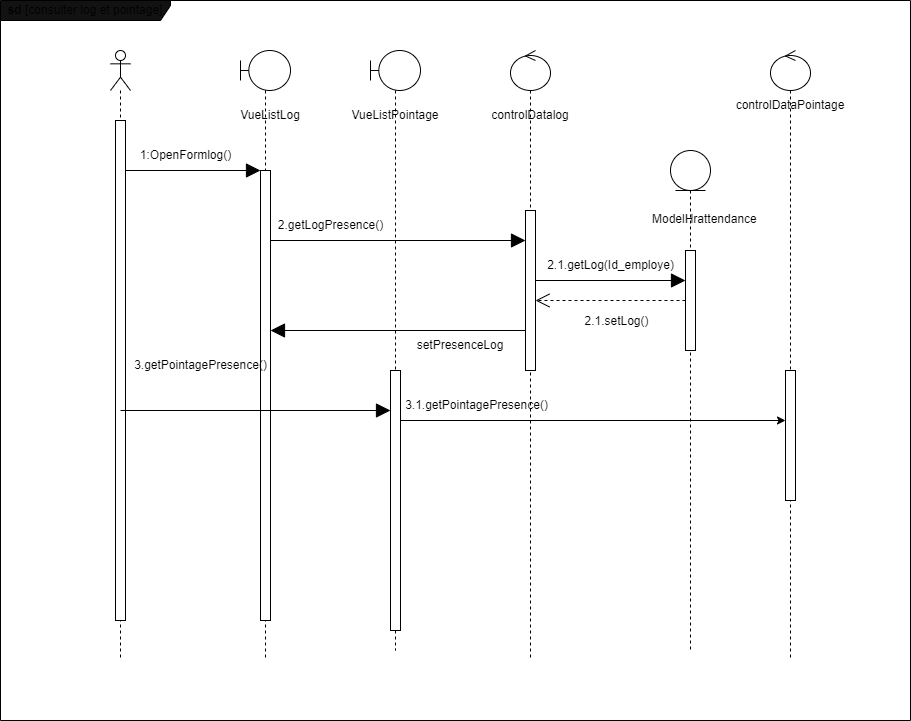
The draw.io diagram static/Diagramme des séquences conceptuel  log et pointage .drawio.png in Siluearsene/borne_biometrique, before a commit. Source tidied: cells renumbered, new cells last; positions are measured from the earlier drawing's top-left corner, leaving out a move shared by most shapes.
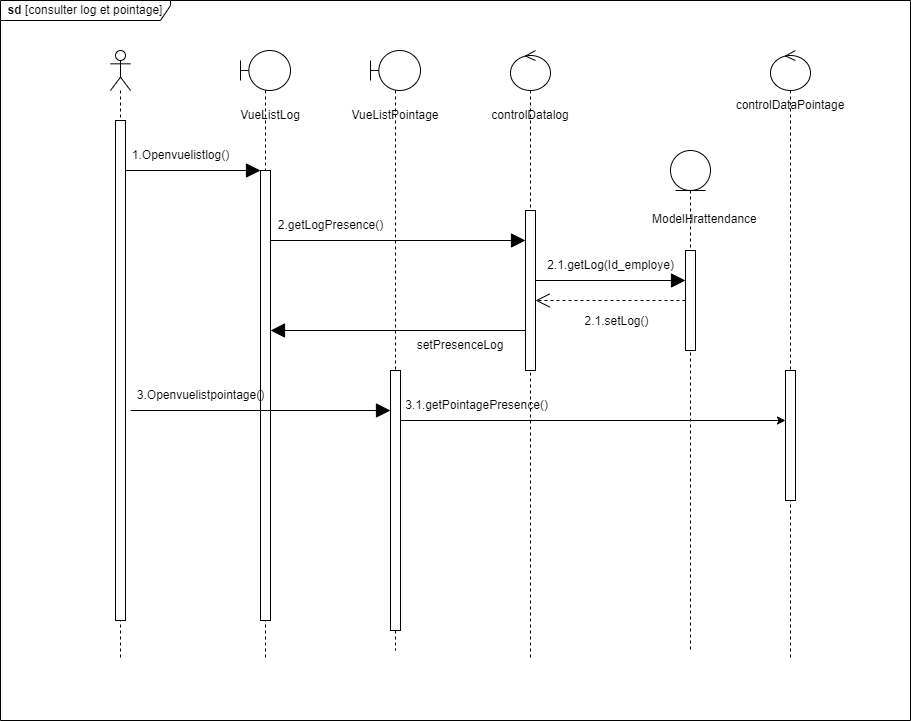
The same file after the commit.

Commit message:
Mettre à jour Diagramme des séquences conceptuel  log et pointage .drawio.png

Diff of the diagram source:
```diff
@@ -28,10 +28,7 @@
         <mxPoint x="260" y="170" as="targetPoint" />
       </mxGeometry>
     </mxCell>
-    <mxCell id="10" value="1:OpenFormlog()" style="text;html=1;align=center;verticalAlign=middle;strokeColor=none;fillColor=none;" parent="1" vertex="1">
-      <mxGeometry x="130" y="140" width="110" height="30" as="geometry" />
-    </mxCell>
-    <mxCell id="11" value="&lt;b&gt;sd&lt;/b&gt; [consulter log et pointage]" style="shape=umlFrame;whiteSpace=wrap;html=1;width=170;height=20;fillColor=#121212;" parent="1" vertex="1">
+    <mxCell id="11" value="&lt;b&gt;sd&lt;/b&gt; [consulter log et pointage]" style="shape=umlFrame;whiteSpace=wrap;html=1;width=170;height=20;fillColor=#ffffff;" parent="1" vertex="1">
       <mxGeometry width="910" height="720" as="geometry" />
     </mxCell>
     <mxCell id="12" value="VueListLog" style="text;html=1;strokeColor=none;fillColor=none;align=center;verticalAlign=middle;whiteSpace=wrap;rounded=0;" parent="1" vertex="1">
@@ -95,8 +92,8 @@
     <mxCell id="28" value="&lt;div style=&quot;text-align: center;&quot;&gt;&lt;span style=&quot;background-color: initial;&quot;&gt;ModelHrattendance&lt;/span&gt;&lt;/div&gt;" style="text;whiteSpace=wrap;html=1;" parent="1" vertex="1">
       <mxGeometry x="650" y="205" width="100" height="25" as="geometry" />
     </mxCell>
-    <mxCell id="29" value="3.getPointagePresence()" style="text;html=1;align=center;verticalAlign=middle;strokeColor=none;fillColor=none;" parent="1" vertex="1">
-      <mxGeometry x="120" y="350" width="160" height="30" as="geometry" />
+    <mxCell id="29" value="3.Openvuelistpointage()" style="text;html=1;align=center;verticalAlign=middle;strokeColor=none;fillColor=none;" parent="1" vertex="1">
+      <mxGeometry x="125" y="380" width="150" height="30" as="geometry" />
     </mxCell>
     <mxCell id="30" style="html=1;points=[];perimeter=orthogonalPerimeter;outlineConnect=0;targetShapes=umlLifeline;portConstraint=eastwest;newEdgeStyle={&quot;edgeStyle&quot;:&quot;elbowEdgeStyle&quot;,&quot;elbow&quot;:&quot;vertical&quot;,&quot;curved&quot;:0,&quot;rounded&quot;:0};" parent="1" vertex="1">
       <mxGeometry x="785" y="370" width="10" height="130" as="geometry" />
@@ -111,8 +108,11 @@
     </mxCell>
     <mxCell id="33" style="endArrow=block;endFill=1;endSize=12;html=1;rounded=0;" parent="1" edge="1" target="14">
       <mxGeometry relative="1" as="geometry">
-        <mxPoint x="120" y="410" as="sourcePoint" />
+        <mxPoint x="130" y="410" as="sourcePoint" />
       </mxGeometry>
     </mxCell>
+    <mxCell id="34" value="1.Openvuelistlog()" style="text;html=1;align=center;verticalAlign=middle;strokeColor=none;fillColor=none;" parent="1" vertex="1">
+      <mxGeometry x="120" y="140" width="120" height="30" as="geometry" />
+    </mxCell>
   </root>
 </mxGraphModel>
```
